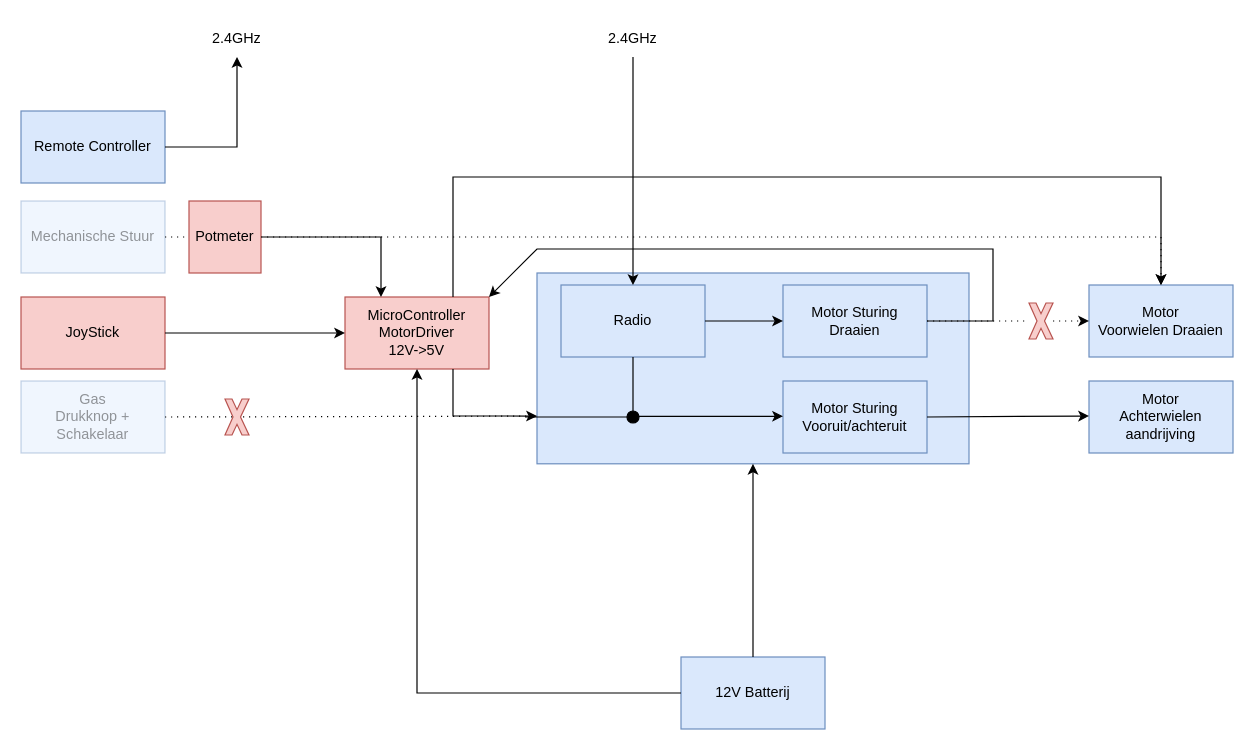
Before: page "Blok diagram nieuw archtectuur" (7 of 7) of ArchitectuurDocumenten/Architectuur.drawio in vives-project-xp/GoBabyGo2.0, a draw.io diagram. Source tidied: cells renumbered, new cells numbered last; positions are measured from the earlier drawing's top-left corner, leaving out a move shared by most shapes. Both pictures are drawn from the tidied source at 120%, with x=0, y=0 at pixel (20, 20).
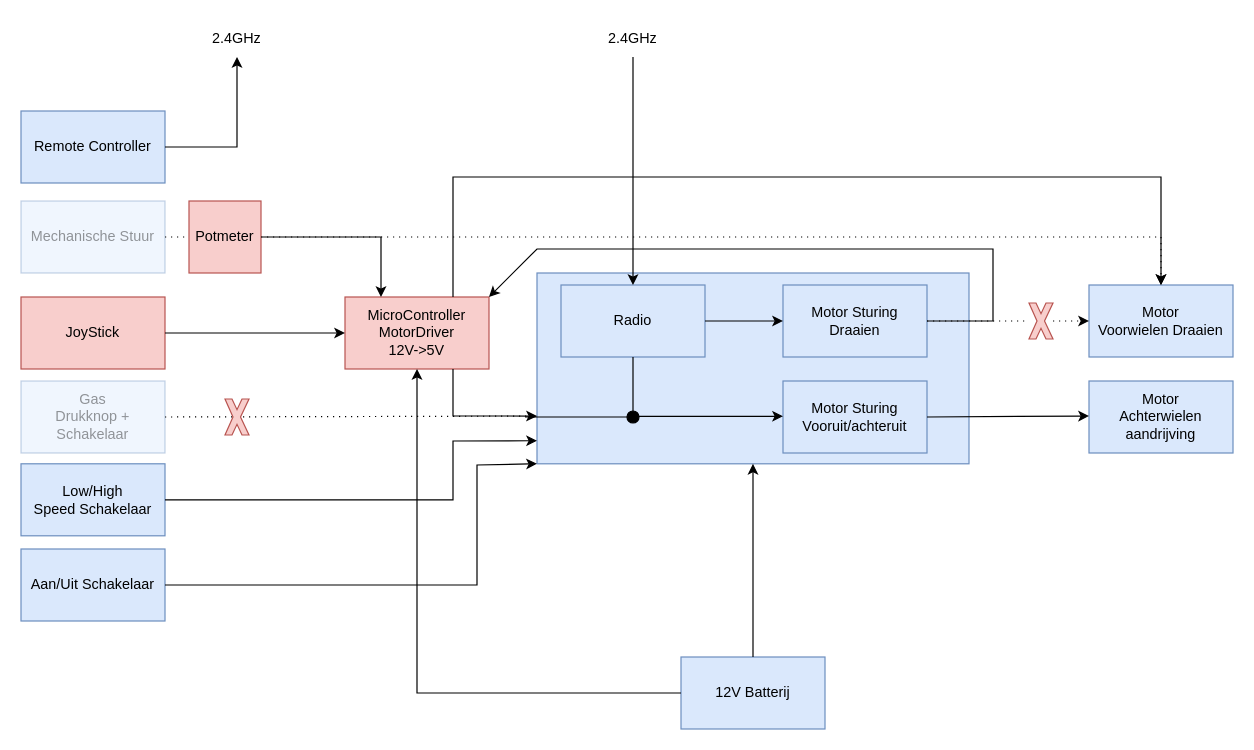
The same page after the edit.

Unchanged cells that the change refers to:
```xml
<mxCell id="2" style="rounded=0;whiteSpace=wrap;html=1;fillColor=#dae8fc;strokeColor=#6c8ebf;" parent="1" vertex="1">
  <mxGeometry x="430" y="210" width="360" height="159" as="geometry" />
</mxCell>
```

Change to the diagram source:
```diff
@@
+    <mxCell id="39" value="Low/High&lt;br&gt;Speed Schakelaar" style="rounded=0;whiteSpace=wrap;html=1;fillColor=#dae8fc;strokeColor=#6c8ebf;" parent="1" vertex="1">
+      <mxGeometry y="369" width="120" height="60" as="geometry" />
+    </mxCell>
+    <mxCell id="40" value="Aan/Uit Schakelaar" style="rounded=0;whiteSpace=wrap;html=1;fillColor=#dae8fc;strokeColor=#6c8ebf;" parent="1" vertex="1">
+      <mxGeometry y="440" width="120" height="60" as="geometry" />
+    </mxCell>
+    <mxCell id="41" style="endArrow=classic;html=1;rounded=0;exitX=1;exitY=0.5;exitDx=0;exitDy=0;entryX=0;entryY=0.879;entryDx=0;entryDy=0;entryPerimeter=0;" parent="1" edge="1" source="39" target="2">
+      <mxGeometry relative="1" as="geometry">
+        <Array as="points">
+          <mxPoint x="360" y="399" />
+          <mxPoint x="360" y="350" />
+        </Array>
+      </mxGeometry>
+    </mxCell>
+    <mxCell id="42" style="endArrow=classic;html=1;rounded=0;exitX=1;exitY=0.5;exitDx=0;exitDy=0;entryX=0;entryY=1;entryDx=0;entryDy=0;" parent="1" edge="1" source="40" target="2">
+      <mxGeometry relative="1" as="geometry">
+        <Array as="points">
+          <mxPoint x="380" y="470" />
+          <mxPoint x="380" y="370" />
+        </Array>
+      </mxGeometry>
+    </mxCell>
```
